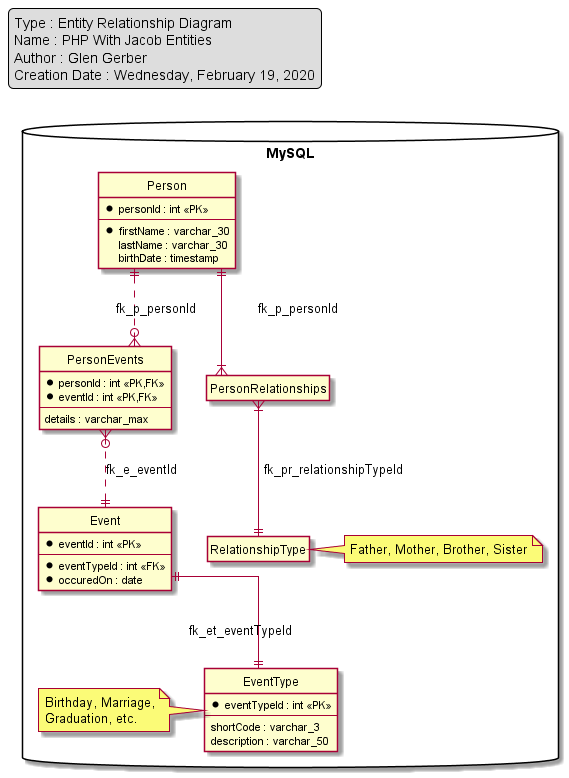
gerbil1008/php-with-jacob keeps this PlantUML diagram as docs/img/application.erd.png. Above is the earlier version.
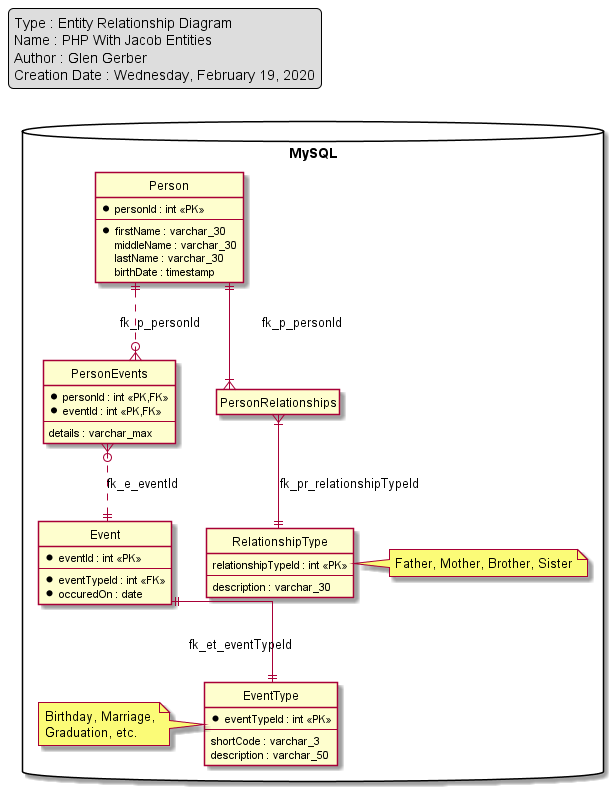
After the commit.

Commit message:
changed application erd png

Diff of the diagram source:
```diff
@@ -18,6 +18,7 @@
 		*personId : int <<PK>>
 		--
 		*firstName : varchar_30
+		middleName : varchar_30
 		lastName : varchar_30
 		birthDate : timestamp
 	}
@@ -47,7 +48,9 @@
 
 	}
 	entity RelationshipType {
-
+		relationshipTypeId : int <<PK>>
+		--
+		description : varchar_30
 	}
 	note right of RelationshipType
 	  Father, Mother, Brother, Sister
```
